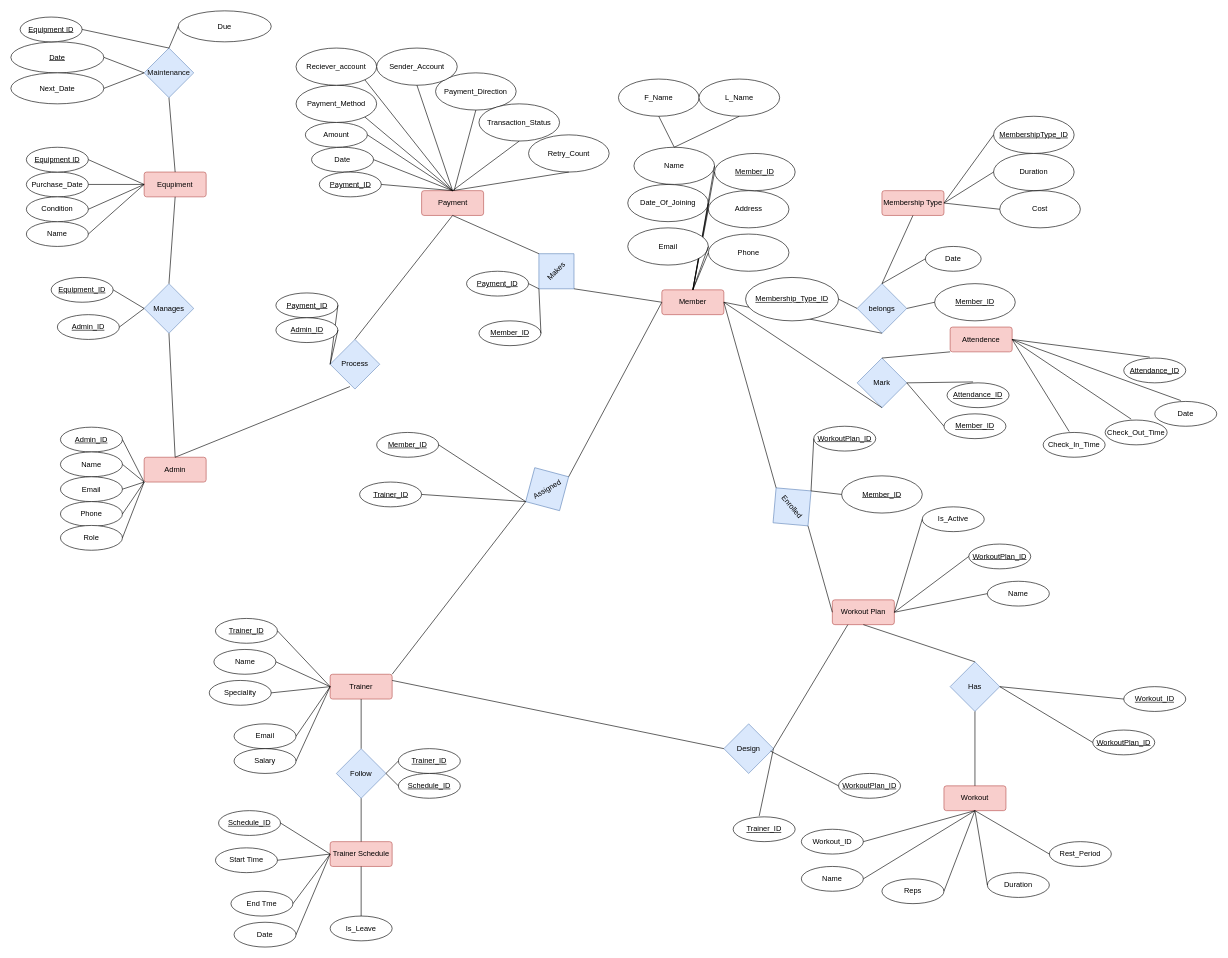
Before: Backend/Gym.drawio in Radio-active-Boys/gym-day, a draw.io diagram. Source tidied: cells renumbered, new cells numbered last; positions are measured from the earlier drawing's top-left corner, leaving out a move shared by most shapes. Both pictures are drawn from the tidied source at 62%, with x=0, y=0 at pixel (11, 11).
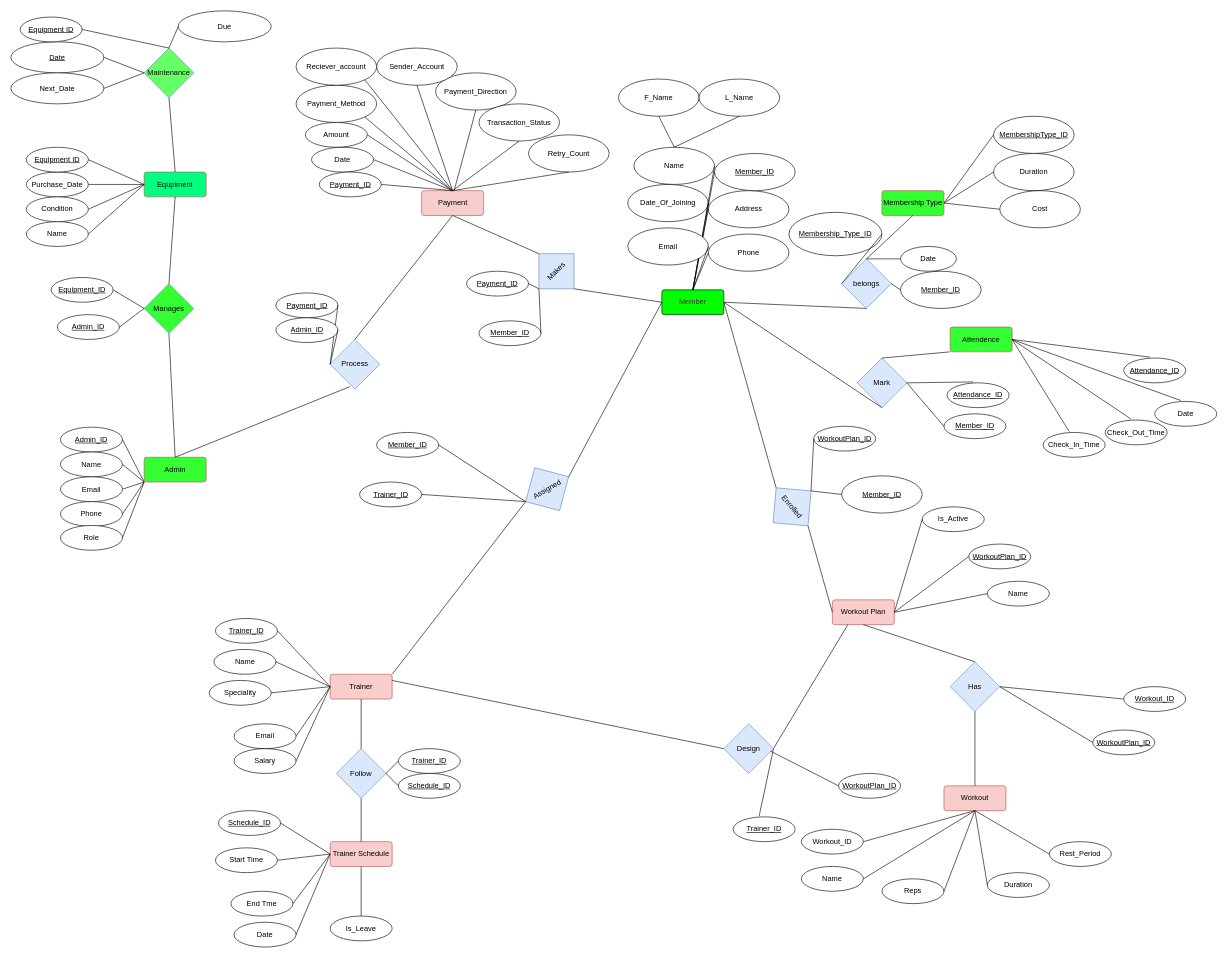
After the change.

Change to the diagram source:
```diff
@@
-    <mxCell id="2" value="Admin" style="rounded=1;arcSize=10;whiteSpace=wrap;html=1;align=center;fillColor=#f8cecc;strokeColor=#b85450;" parent="1" vertex="1">
+    <mxCell id="2" value="Admin" style="rounded=1;arcSize=10;whiteSpace=wrap;html=1;align=center;fillColor=#33FF33;strokeColor=#b85450;" parent="1" vertex="1">
       <mxGeometry x="215" y="720" width="100" height="40" as="geometry" />
     </mxCell>
-    <mxCell id="3" value="Member" style="rounded=1;arcSize=10;whiteSpace=wrap;html=1;align=center;fillColor=#f8cecc;strokeColor=#b85450;" parent="1" vertex="1">
+    <mxCell id="3" value="&lt;font color=&quot;#3f3131&quot;&gt;Member&lt;/font&gt;" style="rounded=1;arcSize=10;whiteSpace=wrap;html=1;align=center;fillColor=#00FF00;strokeColor=#000000;" parent="1" vertex="1">
       <mxGeometry x="1050" y="450" width="100" height="40" as="geometry" />
     </mxCell>
@@
-    <mxCell id="8" value="Membership Type" style="rounded=1;arcSize=10;whiteSpace=wrap;html=1;align=center;fillColor=#f8cecc;strokeColor=#b85450;" parent="1" vertex="1">
+    <mxCell id="8" value="Membership Type" style="rounded=1;arcSize=10;whiteSpace=wrap;html=1;align=center;fillColor=#33FF33;strokeColor=#b85450;" parent="1" vertex="1">
       <mxGeometry x="1405" y="290" width="100" height="40" as="geometry" />
     </mxCell>
-    <mxCell id="9" value="&lt;font color=&quot;#050505&quot;&gt;Equpiment&lt;/font&gt;" style="rounded=1;arcSize=10;whiteSpace=wrap;html=1;align=center;fillColor=#f8cecc;strokeColor=#b85450;" parent="1" vertex="1">
+    <mxCell id="9" value="&lt;font color=&quot;#050505&quot;&gt;Equpiment&lt;/font&gt;" style="rounded=1;arcSize=10;whiteSpace=wrap;html=1;align=center;fillColor=#00FF80;strokeColor=#b85450;" parent="1" vertex="1">
       <mxGeometry x="215" y="260" width="100" height="40" as="geometry" />
     </mxCell>
-    <mxCell id="10" value="Attendence" style="rounded=1;arcSize=10;whiteSpace=wrap;html=1;align=center;fillColor=#f8cecc;strokeColor=#b85450;" parent="1" vertex="1">
+    <mxCell id="10" value="Attendence" style="rounded=1;arcSize=10;whiteSpace=wrap;html=1;align=center;fillColor=#33FF33;strokeColor=#b85450;" parent="1" vertex="1">
       <mxGeometry x="1515" y="510" width="100" height="40" as="geometry" />
     </mxCell>
@@
     <mxCell id="12" value="belongs" style="rhombus;whiteSpace=wrap;html=1;fillColor=#dae8fc;strokeColor=#6c8ebf;" parent="1" vertex="1">
-      <mxGeometry x="1365" y="440" width="80" height="80" as="geometry" />
+      <mxGeometry x="1340" y="400" width="80" height="80" as="geometry" />
     </mxCell>
@@
-    <mxCell id="33" value="Manages" style="rhombus;whiteSpace=wrap;html=1;fillColor=#dae8fc;strokeColor=#6c8ebf;rotation=0;" parent="1" vertex="1">
+    <mxCell id="33" value="Manages" style="rhombus;whiteSpace=wrap;html=1;fillColor=#33FF33;strokeColor=#6c8ebf;rotation=0;" parent="1" vertex="1">
       <mxGeometry x="215" y="440" width="80" height="80" as="geometry" />
     </mxCell>
@@
     <mxCell id="128" value="Membership_Type_ID" style="ellipse;whiteSpace=wrap;html=1;align=center;direction=west;fontStyle=4;" parent="1" vertex="1">
-      <mxGeometry x="1185" y="430" width="150" height="70" as="geometry" />
+      <mxGeometry x="1255" y="325" width="150" height="70" as="geometry" />
     </mxCell>
@@
     <mxCell id="160" value="Member_ID" style="ellipse;whiteSpace=wrap;html=1;align=center;direction=west;fontStyle=4;" parent="1" vertex="1">
-      <mxGeometry x="1490" y="440" width="130" height="60" as="geometry" />
+      <mxGeometry x="1435" y="420" width="130" height="60" as="geometry" />
     </mxCell>
@@
-    <mxCell id="180" value="&lt;font color=&quot;#0d0d0d&quot;&gt;Maintenance&lt;/font&gt;" style="rhombus;whiteSpace=wrap;html=1;fillColor=#dae8fc;strokeColor=#6c8ebf;" parent="1" vertex="1">
+    <mxCell id="180" value="&lt;font color=&quot;#0d0d0d&quot;&gt;Maintenance&lt;/font&gt;" style="rhombus;whiteSpace=wrap;html=1;fillColor=#66FF66;strokeColor=#6c8ebf;" parent="1" vertex="1">
       <mxGeometry x="215" y="60" width="80" height="80" as="geometry" />
     </mxCell>
@@
     <mxCell id="190" value="Date" style="ellipse;whiteSpace=wrap;html=1;align=center;direction=west;fontStyle=0;" parent="1" vertex="1">
-      <mxGeometry x="1475" y="380" width="90" height="40" as="geometry" />
+      <mxGeometry x="1435" y="380" width="90" height="40" as="geometry" />
     </mxCell>
```
